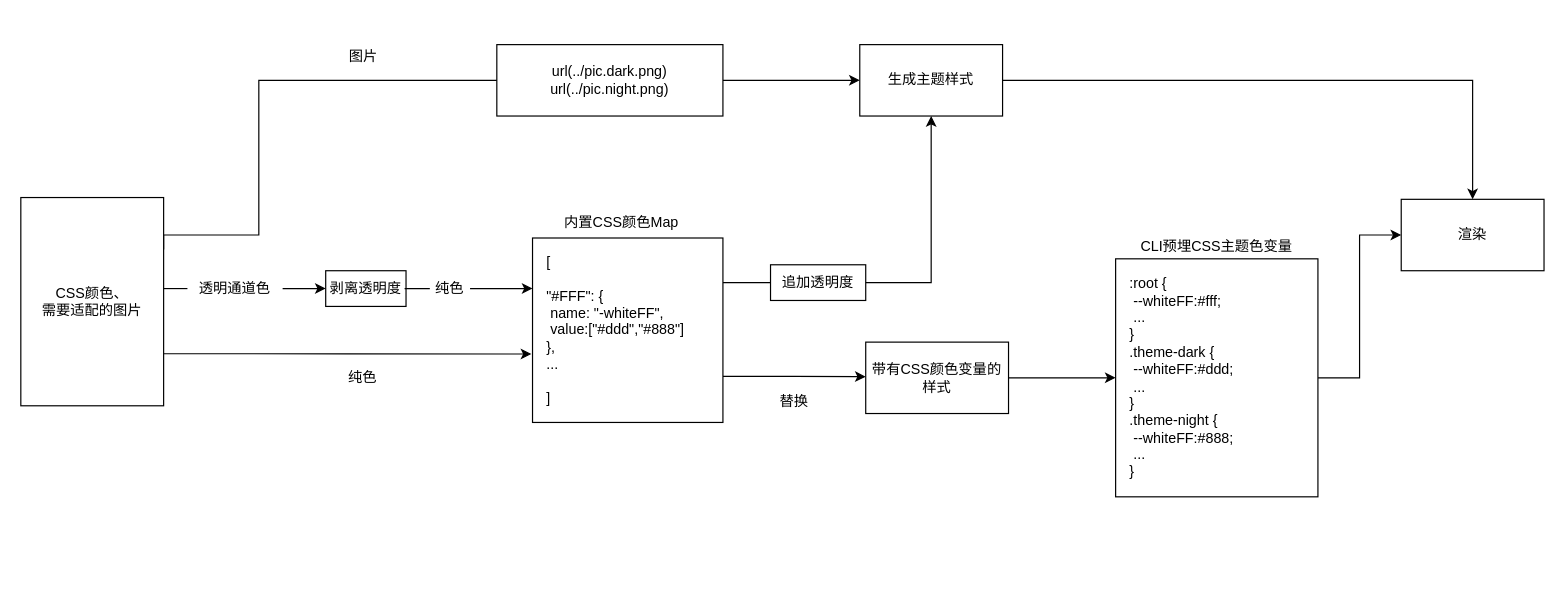
Above: Untitled Diagram.drawio in vin1992/postcss-generate-theme (draw.io), before the change. Source tidied: cells renumbered, new cells numbered last; positions are measured from the earlier drawing's top-left corner, leaving out a move shared by most shapes. Both pictures are drawn from the tidied source at 119%, with x=0, y=0 at pixel (20, 44).
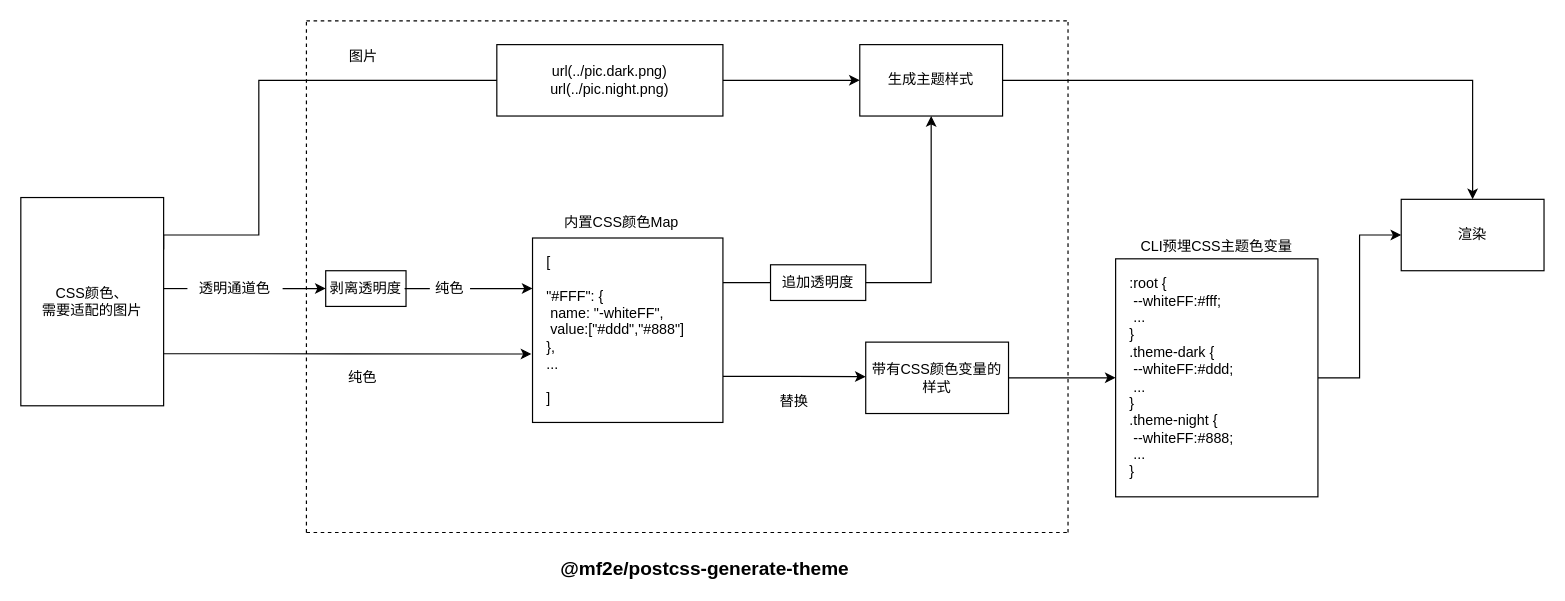
The same page after the edit.

Change to the diagram source:
```diff
@@
+    <mxCell id="32" style="endArrow=none;dashed=1;html=1;" parent="1" edge="1">
+      <mxGeometry relative="1" as="geometry">
+        <mxPoint x="240" y="-20" as="sourcePoint" />
+        <mxPoint x="880" y="-20" as="targetPoint" />
+      </mxGeometry>
+    </mxCell>
+    <mxCell id="33" style="endArrow=none;dashed=1;html=1;" parent="1" edge="1">
+      <mxGeometry relative="1" as="geometry">
+        <mxPoint x="240" y="410" as="sourcePoint" />
+        <mxPoint x="880" y="410" as="targetPoint" />
+      </mxGeometry>
+    </mxCell>
+    <mxCell id="34" style="endArrow=none;dashed=1;html=1;" parent="1" edge="1">
+      <mxGeometry relative="1" as="geometry">
+        <mxPoint x="240" y="410" as="sourcePoint" />
+        <mxPoint x="240" y="-20" as="targetPoint" />
+      </mxGeometry>
+    </mxCell>
+    <mxCell id="35" style="endArrow=none;dashed=1;html=1;" parent="1" edge="1">
+      <mxGeometry relative="1" as="geometry">
+        <mxPoint x="880" y="410" as="sourcePoint" />
+        <mxPoint x="880" y="-20" as="targetPoint" />
+      </mxGeometry>
+    </mxCell>
+    <mxCell id="36" value="&lt;font size=&quot;1&quot;&gt;&lt;b style=&quot;font-size: 16px&quot;&gt;@mf2e/postcss-generate-theme&lt;/b&gt;&lt;/font&gt;" style="text;html=1;strokeColor=none;fillColor=none;align=center;verticalAlign=middle;whiteSpace=wrap;rounded=0;" parent="1" vertex="1">
+      <mxGeometry x="445" y="430" width="260" height="20" as="geometry" />
+    </mxCell>
```
